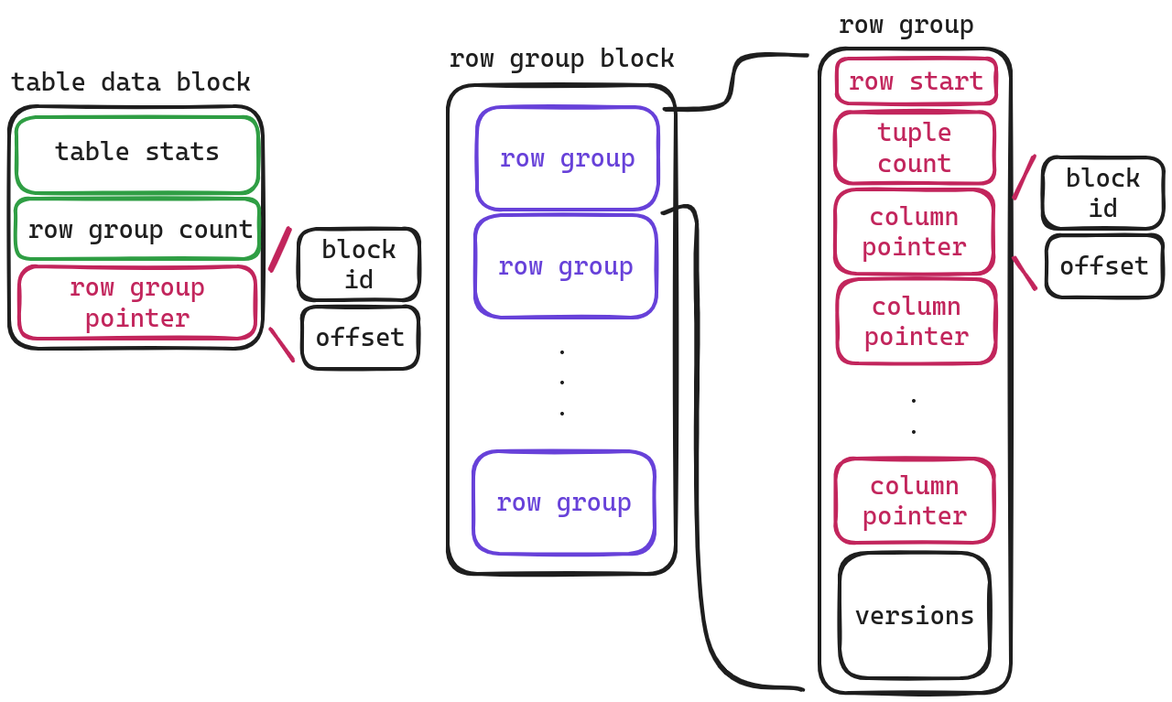
Before: static/pic/duckdb/row-group.png, a diagram exported from Excalidraw (tang-hi/tang-hi.github.io). Source tidied: one line per element, renumbered; positions are measured from the earlier drawing's top-left corner, leaving out a move shared by most shapes.
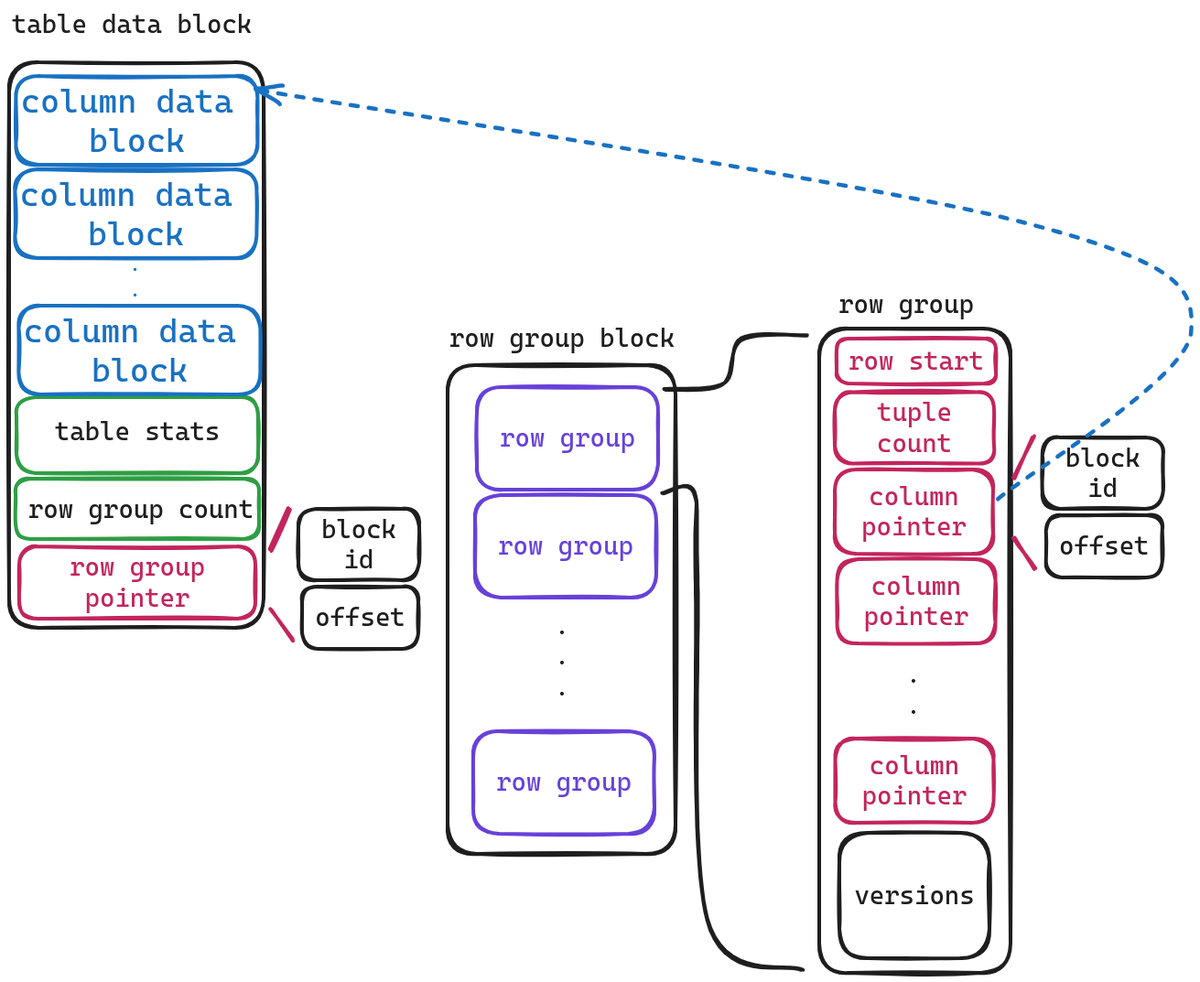
The same diagram one commit later.

Commit message:
fix blog error

The edit, as a diff of the source:
```diff
@@ -1,5 +1,5 @@
-{"id": 0, "type": "rectangle", "strokeColor": "#1e1e1e", "strokeWidth": 4, "roughness": 1, "round": true, "x": 0, "y": 106, "width": 277, "height": 265}
+{"id": 0, "type": "rectangle", "strokeColor": "#1e1e1e", "strokeWidth": 4, "roughness": 1, "round": true, "x": 0, "y": -248, "width": 278, "height": 618}
-{"id": 1, "type": "text", "text": "table data block", "strokeColor": "#1e1e1e", "strokeWidth": 4, "roughness": 1, "fontSize": 28, "fontFamily": 3, "textAlign": "center", "x": 2, "y": 63, "width": 262, "height": 34}
+{"id": 1, "type": "text", "text": "table data block", "strokeColor": "#1e1e1e", "strokeWidth": 4, "roughness": 1, "fontSize": 28, "fontFamily": 3, "textAlign": "center", "x": 3, "y": -306, "width": 262, "height": 34}
 {"id": 2, "type": "rectangle", "strokeColor": "#2f9e44", "strokeWidth": 4, "roughness": 1, "round": true, "x": 8, "y": 118, "width": 264, "height": 83}
 {"id": 3, "type": "text", "text": "table stats", "strokeColor": "#1e1e1e", "strokeWidth": 4, "roughness": 1, "fontSize": 28, "fontFamily": 3, "textAlign": "center", "x": 50, "y": 139, "width": 180, "height": 34}
 {"id": 4, "type": "rectangle", "strokeColor": "#2f9e44", "strokeWidth": 4, "roughness": 1, "round": true, "x": 7, "y": 207, "width": 266, "height": 66}
@@ -44,3 +44,11 @@
 {"id": 43, "type": "text", "text": "block\nid", "strokeColor": "#1e1e1e", "strokeWidth": 4, "roughness": 1, "fontSize": 28, "fontFamily": 3, "textAlign": "center", "verticalAlign": "middle", "inside": 42, "x": 1154, "y": 167, "width": 82, "height": 67}
 {"id": 44, "type": "rectangle", "strokeColor": "#1e1e1e", "strokeWidth": 4, "roughness": 1, "round": true, "x": 1133, "y": 247, "width": 127, "height": 68}
 {"id": 45, "type": "text", "text": "offset", "strokeColor": "#1e1e1e", "strokeWidth": 4, "roughness": 1, "fontSize": 28, "fontFamily": 3, "textAlign": "center", "verticalAlign": "middle", "inside": 44, "x": 1147, "y": 264, "width": 98, "height": 34}
+{"id": 46, "type": "rectangle", "strokeColor": "#1971c2", "strokeWidth": 4, "roughness": 1, "round": true, "x": 7, "y": -233, "width": 264, "height": 97}
+{"id": 47, "type": "text", "text": "column data \nblock", "strokeColor": "#1971c2", "strokeWidth": 4, "roughness": 1, "fontSize": 36, "fontFamily": 3, "textAlign": "center", "verticalAlign": "middle", "inside": 46, "x": 13, "y": -228, "width": 253, "height": 86}
+{"id": 48, "type": "rectangle", "strokeColor": "#1971c2", "strokeWidth": 4, "roughness": 1, "round": true, "x": 6, "y": -131, "width": 264, "height": 97}
+{"id": 49, "type": "text", "text": "column data \nblock", "strokeColor": "#1971c2", "strokeWidth": 4, "roughness": 1, "fontSize": 36, "fontFamily": 3, "textAlign": "center", "verticalAlign": "middle", "inside": 48, "x": 12, "y": -126, "width": 253, "height": 86}
+{"id": 50, "type": "rectangle", "strokeColor": "#1971c2", "strokeWidth": 4, "roughness": 1, "round": true, "x": 10, "y": 18, "width": 264, "height": 97}
+{"id": 51, "type": "text", "text": "column data \nblock", "strokeColor": "#1971c2", "strokeWidth": 4, "roughness": 1, "fontSize": 36, "fontFamily": 3, "textAlign": "center", "verticalAlign": "middle", "inside": 50, "x": 16, "y": 23, "width": 253, "height": 86}
+{"id": 52, "type": "text", "text": ".\n.", "strokeColor": "#1971c2", "strokeWidth": 4, "roughness": 1, "fontSize": 23.08, "fontFamily": 3, "textAlign": "center", "x": 131, "y": -42, "width": 14, "height": 55}
+{"id": 53, "type": "arrow", "strokeColor": "#1971c2", "strokeWidth": 4, "strokeStyle": "dashed", "roughness": 1, "endArrowhead": "arrow", "round": true, "from": 20, "x": 1079, "y": 230, "width": 1021, "height": 447, "points": [[0, 0], [211, -183], [28, -303], [-810, -447]]}
```
